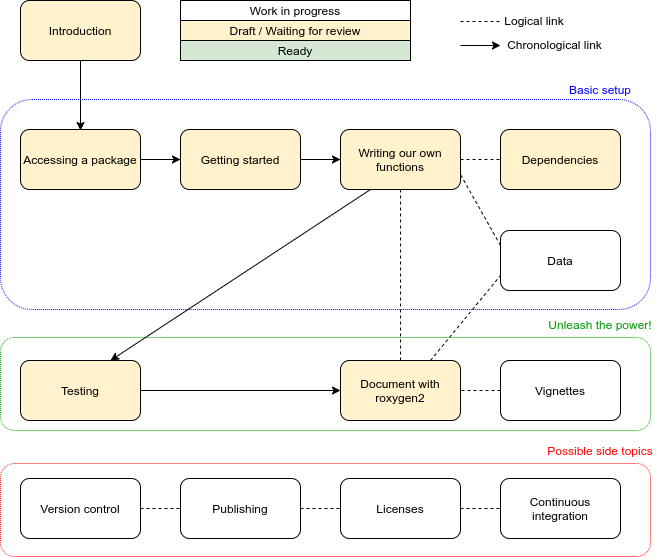
Earlier version of the draw.io export fig/progress.png (carpentries-incubator/lesson-R-packaging). Source tidied: cells renumbered, new cells last; positions are measured from the earlier drawing's top-left corner, leaving out a move shared by most shapes.
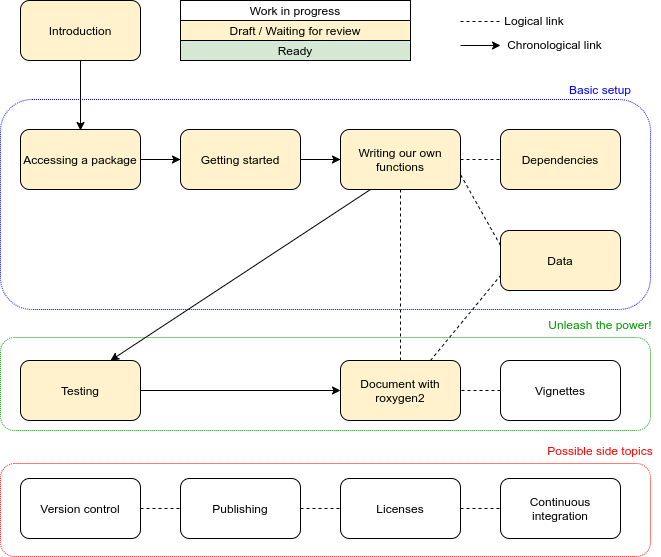
After the commit.

Commit message:
Update progress report

What changed in the source:
```diff
@@ -75,7 +75,7 @@
     <mxCell id="23" value="Document with roxygen2" style="rounded=1;whiteSpace=wrap;html=1;comic=0;fillColor=#fff2cc;" parent="1" vertex="1">
       <mxGeometry x="340" y="360" width="120" height="60" as="geometry" />
     </mxCell>
-    <mxCell id="24" value="Data" style="rounded=1;whiteSpace=wrap;html=1;comic=0;" parent="1" vertex="1">
+    <mxCell id="24" value="Data" style="rounded=1;whiteSpace=wrap;html=1;comic=0;fillColor=#fff2cc;strokeColor=#000000;" parent="1" vertex="1">
       <mxGeometry x="500" y="230" width="120" height="60" as="geometry" />
     </mxCell>
     <mxCell id="25" value="Testing" style="rounded=1;whiteSpace=wrap;html=1;comic=0;fillColor=#fff2cc;" parent="1" vertex="1">
```
